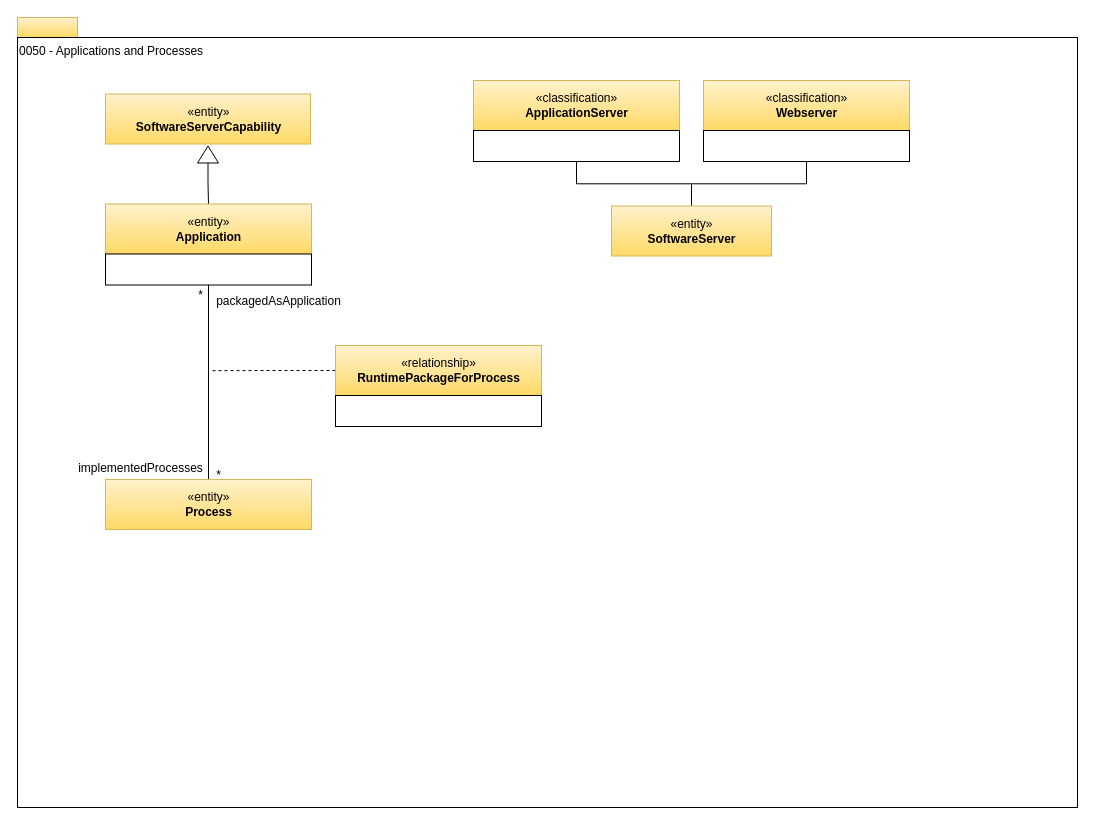
Above: page "0050-Applications-and-Processes" (16 of 21) of open-metadata-publication/website/open-metadata-types/area-0-basic-types-and-infrastructure.drawio in odpi/egeria (draw.io), before the change. Source tidied: cells renumbered, new cells numbered last; positions are measured from the earlier drawing's top-left corner, leaving out a move shared by most shapes. Both pictures are drawn from the tidied source at 100%, with x=0, y=0 at pixel (17, 17).
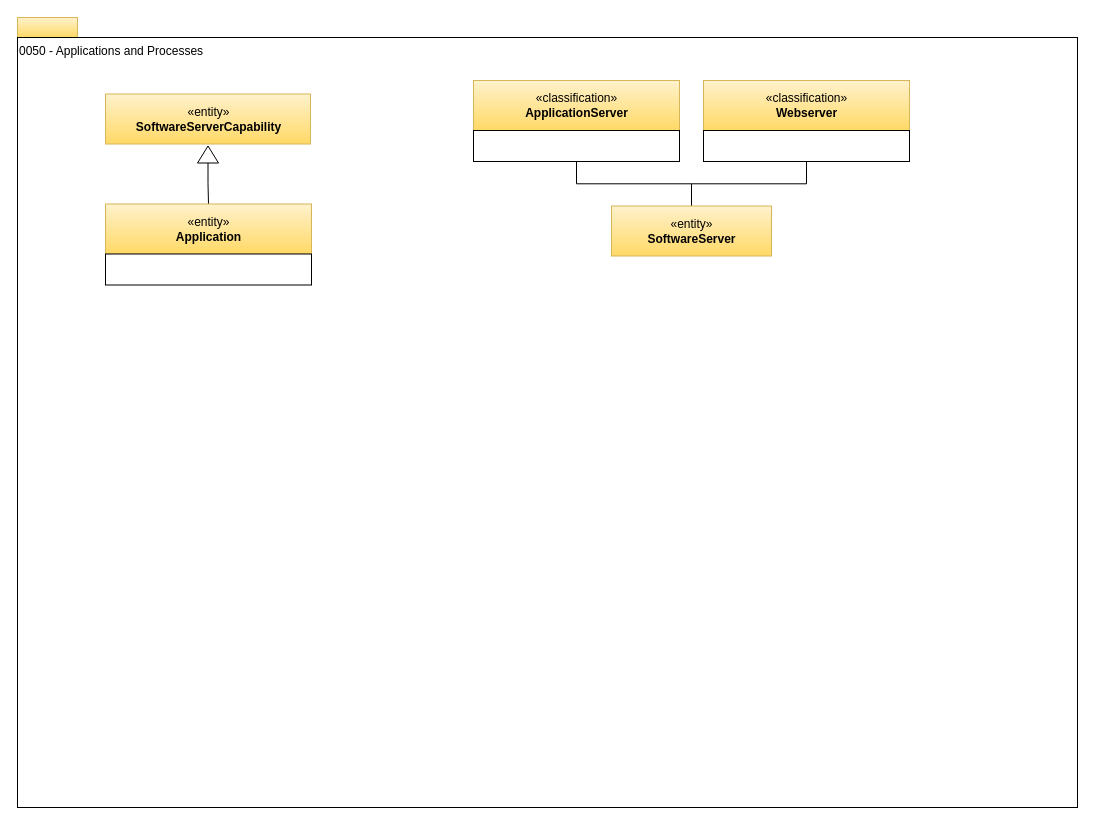
The same diagram, later.

The change refers to these unchanged cells:
```xml
<mxCell id="7" style="rounded=0;whiteSpace=wrap;html=1;strokeColor=#000000;gradientColor=#ffffff;align=center;" parent="1" vertex="1">
  <mxGeometry x="88" y="236.5" width="206" height="31" as="geometry" />
</mxCell>
```

The edit, as a diff of the source:
```diff
@@
-    <mxCell id="6" style="edgeStyle=orthogonalEdgeStyle;rounded=0;html=1;exitX=0.5;exitY=1;entryX=0.5;entryY=0;endArrow=none;endFill=0;jettySize=auto;" parent="1" edge="1" source="7" target="10">
-      <mxGeometry relative="1" as="geometry" />
-    </mxCell>
@@
-    <mxCell id="10" value="«entity»&lt;br&gt;&lt;b&gt;Process&lt;/b&gt;" style="html=1;strokeColor=#d6b656;align=center;fillColor=#fff2cc;gradientColor=#ffd966;" parent="1" vertex="1">
-      <mxGeometry x="88" y="462" width="206" height="50" as="geometry" />
-    </mxCell>
-    <mxCell id="11" style="edgeStyle=orthogonalEdgeStyle;rounded=0;html=1;exitX=0;exitY=0.5;endArrow=none;endFill=0;jettySize=auto;dashed=1;" parent="1" edge="1" source="12">
-      <mxGeometry relative="1" as="geometry">
-        <mxPoint x="192" y="353.2" as="targetPoint" />
-      </mxGeometry>
-    </mxCell>
-    <mxCell id="12" value="«relationship»&lt;br&gt;&lt;b&gt;RuntimePackageForProcess&lt;/b&gt;" style="html=1;strokeColor=#d6b656;align=center;fillColor=#fff2cc;gradientColor=#ffd966;" parent="1" vertex="1">
-      <mxGeometry x="318" y="328" width="206" height="50" as="geometry" />
-    </mxCell>
-    <mxCell id="13" style="rounded=0;whiteSpace=wrap;html=1;strokeColor=#000000;gradientColor=#ffffff;align=center;" parent="1" vertex="1">
-      <mxGeometry x="318" y="378" width="206" height="31" as="geometry" />
-    </mxCell>
@@
-    <mxCell id="21" value="*" style="text;html=1;align=center;verticalAlign=top;spacingTop=-4;" parent="1" vertex="1">
-      <mxGeometry x="175.5" y="267.5" width="15" height="14" as="geometry" />
-    </mxCell>
-    <mxCell id="22" value="*" style="text;html=1;align=center;verticalAlign=top;spacingTop=-4;" parent="1" vertex="1">
-      <mxGeometry x="193" y="448" width="15" height="14" as="geometry" />
-    </mxCell>
-    <mxCell id="23" value="packagedAsApplication" style="text;html=1;align=center;verticalAlign=top;spacingTop=-4;" parent="1" vertex="1">
-      <mxGeometry x="193" y="273.5" width="135" height="14" as="geometry" />
-    </mxCell>
-    <mxCell id="24" value="implementedProcesses" style="text;html=1;align=center;verticalAlign=top;spacingTop=-4;" parent="1" vertex="1">
-      <mxGeometry x="55.5" y="441" width="135" height="14" as="geometry" />
-    </mxCell>
```
